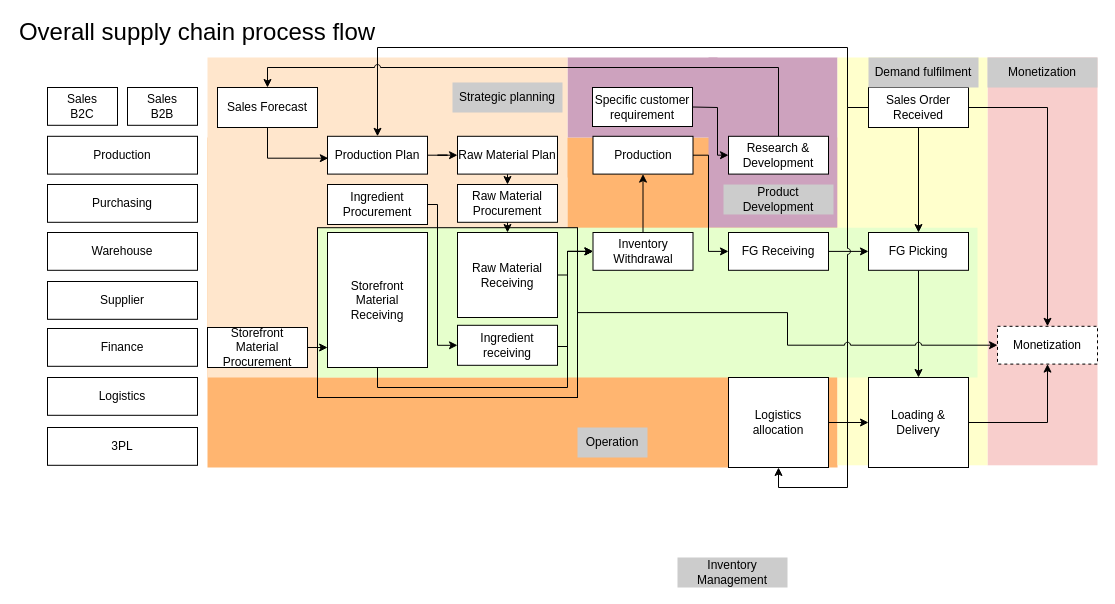
This is page "Overall flow" (1 of 15) of E2E.drawio from pkppm-dev/Roy-s, a draw.io file, before an edit. Source tidied: cells renumbered, new cells numbered last; positions are measured from the earlier drawing's top-left corner, leaving out a move shared by most shapes. Both pictures are drawn from the tidied source at 100%, with x=0, y=0 at pixel (17, 17).
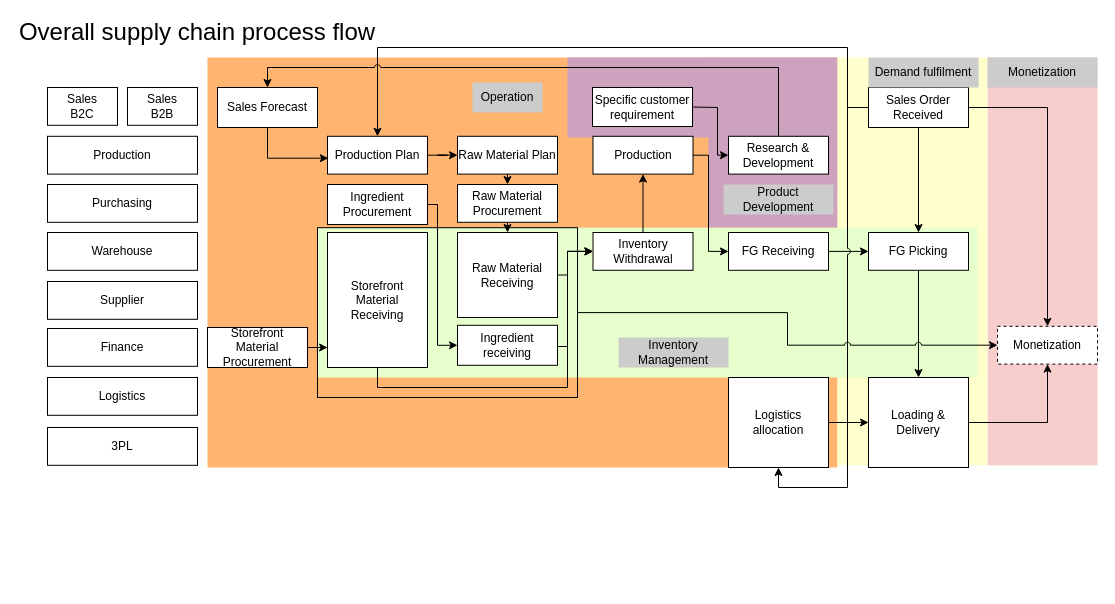
The same diagram, later.

Change to the diagram source:
```diff
@@
     <mxCell id="3" style="whiteSpace=wrap;html=1;rounded=0;fillColor=#FFB570;strokeColor=none;" parent="1" vertex="1">
-      <mxGeometry x="190" y="120" width="630" height="330" as="geometry" />
+      <mxGeometry x="190" y="40" width="630" height="410" as="geometry" />
     </mxCell>
-    <mxCell id="4" style="whiteSpace=wrap;html=1;rounded=0;fillColor=#FFE6CC;strokeColor=none;" parent="1" vertex="1">
-      <mxGeometry x="300" y="160" width="250" height="50.2" as="geometry" />
-    </mxCell>
@@
-    <mxCell id="7" style="whiteSpace=wrap;html=1;rounded=0;fillColor=#FFE6CC;strokeColor=none;" parent="1" vertex="1">
-      <mxGeometry x="190" y="40" width="360" height="320" as="geometry" />
-    </mxCell>
@@
     <mxCell id="46" value="Inventory Management" style="text;html=1;align=center;verticalAlign=middle;whiteSpace=wrap;rounded=0;fillColor=#CCCCCC;" parent="1" vertex="1">
-      <mxGeometry x="660" y="540" width="110" height="30" as="geometry" />
+      <mxGeometry x="601" y="320" width="110" height="30" as="geometry" />
     </mxCell>
     <mxCell id="47" value="Operation" style="text;html=1;align=center;verticalAlign=middle;whiteSpace=wrap;rounded=0;fillColor=#CCCCCC;" parent="1" vertex="1">
-      <mxGeometry x="560" y="410" width="70" height="30" as="geometry" />
+      <mxGeometry x="455" y="65" width="70" height="30" as="geometry" />
     </mxCell>
@@
-    <mxCell id="60" value="Strategic planning" style="text;html=1;align=center;verticalAlign=middle;whiteSpace=wrap;rounded=0;fontFamily=Helvetica;fontSize=12;fontColor=default;fillColor=#CCCCCC;" parent="1" vertex="1">
-      <mxGeometry x="435" y="65" width="110" height="30" as="geometry" />
-    </mxCell>
```
